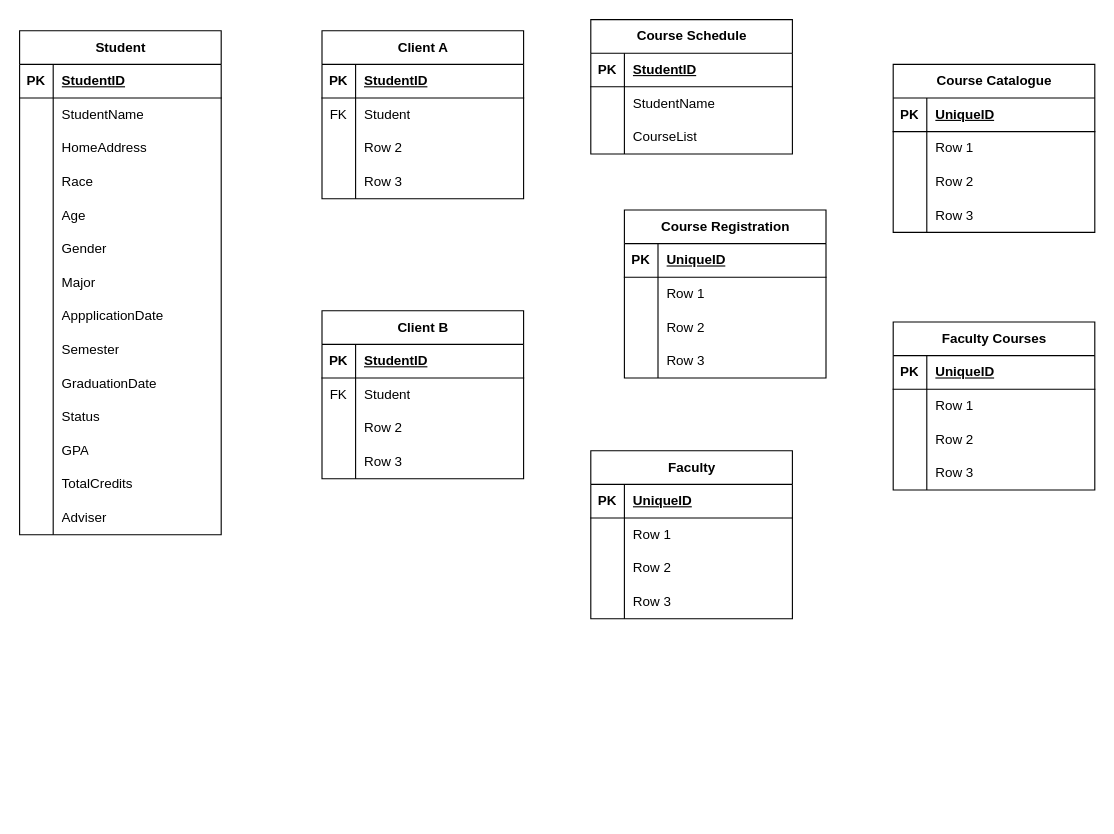
Earlier version of the draw.io diagram Project 3.drawio (dkim28/computer-science). Source tidied: cells renumbered, new cells numbered last; positions are measured from the earlier drawing's top-left corner, leaving out a move shared by most shapes. Both pictures are drawn from the tidied source at 112%, with x=0, y=0 at pixel (19, 19).
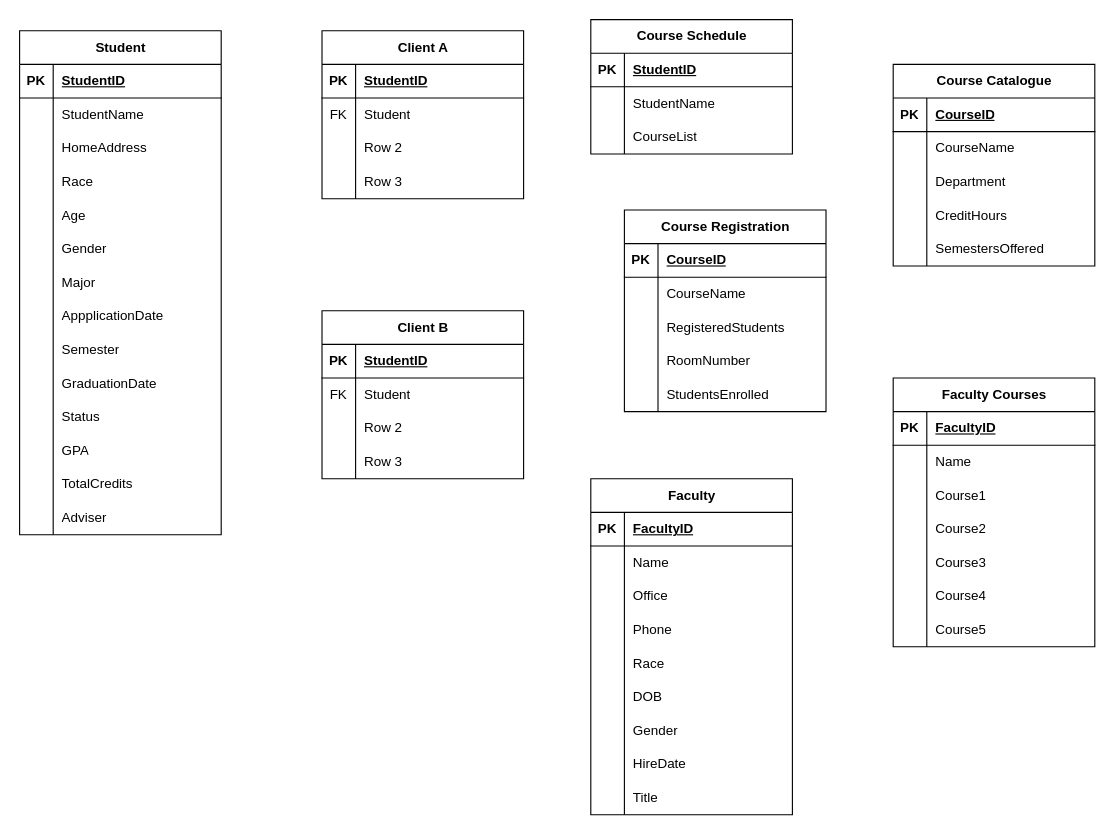
After the change.

The change refers to these unchanged cells:
```xml
<mxCell id="82" style="shape=tableRow;horizontal=0;startSize=0;swimlaneHead=0;swimlaneBody=0;fillColor=none;top=0;left=0;right=0;bottom=1;" parent="81" vertex="1">
  <mxGeometry y="30" width="180" height="30" as="geometry" />
</mxCell>
<mxCell id="85" style="shape=tableRow;horizontal=0;startSize=0;swimlaneHead=0;swimlaneBody=0;fillColor=none;top=0;left=0;right=0;bottom=0;" parent="81" vertex="1">
  <mxGeometry y="60" width="180" height="30" as="geometry" />
</mxCell>
<mxCell id="88" style="shape=tableRow;horizontal=0;startSize=0;swimlaneHead=0;swimlaneBody=0;fillColor=none;top=0;left=0;right=0;bottom=0;" parent="81" vertex="1">
  <mxGeometry y="90" width="180" height="30" as="geometry" />
</mxCell>
<mxCell id="91" style="shape=tableRow;horizontal=0;startSize=0;swimlaneHead=0;swimlaneBody=0;fillColor=none;top=0;left=0;right=0;bottom=0;" parent="81" vertex="1">
  <mxGeometry y="120" width="180" height="30" as="geometry" />
</mxCell>
<mxCell id="95" style="shape=tableRow;horizontal=0;startSize=0;swimlaneHead=0;swimlaneBody=0;fillColor=none;top=0;left=0;right=0;bottom=1;" parent="94" vertex="1">
  <mxGeometry y="30" width="180" height="30" as="geometry" />
</mxCell>
<mxCell id="98" style="shape=tableRow;horizontal=0;startSize=0;swimlaneHead=0;swimlaneBody=0;fillColor=none;top=0;left=0;right=0;bottom=0;" parent="94" vertex="1">
  <mxGeometry y="60" width="180" height="30" as="geometry" />
</mxCell>
<mxCell id="101" style="shape=tableRow;horizontal=0;startSize=0;swimlaneHead=0;swimlaneBody=0;fillColor=none;top=0;left=0;right=0;bottom=0;" parent="94" vertex="1">
  <mxGeometry y="90" width="180" height="30" as="geometry" />
</mxCell>
<mxCell id="104" style="shape=tableRow;horizontal=0;startSize=0;swimlaneHead=0;swimlaneBody=0;fillColor=none;top=0;left=0;right=0;bottom=0;" parent="94" vertex="1">
  <mxGeometry y="120" width="180" height="30" as="geometry" />
</mxCell>
<mxCell id="108" style="shape=tableRow;horizontal=0;startSize=0;swimlaneHead=0;swimlaneBody=0;fillColor=none;top=0;left=0;right=0;bottom=1;" parent="107" vertex="1">
  <mxGeometry y="30" width="180" height="30" as="geometry" />
</mxCell>
<mxCell id="111" style="shape=tableRow;horizontal=0;startSize=0;swimlaneHead=0;swimlaneBody=0;fillColor=none;top=0;left=0;right=0;bottom=0;" parent="107" vertex="1">
  <mxGeometry y="60" width="180" height="30" as="geometry" />
</mxCell>
<mxCell id="114" style="shape=tableRow;horizontal=0;startSize=0;swimlaneHead=0;swimlaneBody=0;fillColor=none;top=0;left=0;right=0;bottom=0;" parent="107" vertex="1">
  <mxGeometry y="90" width="180" height="30" as="geometry" />
</mxCell>
<mxCell id="117" style="shape=tableRow;horizontal=0;startSize=0;swimlaneHead=0;swimlaneBody=0;fillColor=none;top=0;left=0;right=0;bottom=0;" parent="107" vertex="1">
  <mxGeometry y="120" width="180" height="30" as="geometry" />
</mxCell>
<mxCell id="121" style="shape=tableRow;horizontal=0;startSize=0;swimlaneHead=0;swimlaneBody=0;fillColor=none;top=0;left=0;right=0;bottom=1;" parent="120" vertex="1">
  <mxGeometry y="30" width="180" height="30" as="geometry" />
</mxCell>
<mxCell id="124" style="shape=tableRow;horizontal=0;startSize=0;swimlaneHead=0;swimlaneBody=0;fillColor=none;top=0;left=0;right=0;bottom=0;" parent="120" vertex="1">
  <mxGeometry y="60" width="180" height="30" as="geometry" />
</mxCell>
<mxCell id="127" style="shape=tableRow;horizontal=0;startSize=0;swimlaneHead=0;swimlaneBody=0;fillColor=none;top=0;left=0;right=0;bottom=0;" parent="120" vertex="1">
  <mxGeometry y="90" width="180" height="30" as="geometry" />
</mxCell>
<mxCell id="130" style="shape=tableRow;horizontal=0;startSize=0;swimlaneHead=0;swimlaneBody=0;fillColor=none;top=0;left=0;right=0;bottom=0;" parent="120" vertex="1">
  <mxGeometry y="120" width="180" height="30" as="geometry" />
</mxCell>
```

The edit, as a diff of the source:
```diff
@@
     <mxCell id="81" value="Course Registration" style="shape=table;startSize=30;childLayout=tableLayout;rowLines=0;fontStyle=1;align=center;html=1;" parent="1" vertex="1">
-      <mxGeometry x="540" y="170" width="180" height="150" as="geometry" />
+      <mxGeometry x="540" y="170" width="180" height="180" as="geometry" />
     </mxCell>
@@
-    <mxCell id="84" value="UniqueID" style="shape=partialRectangle;fillColor=none;top=0;left=0;bottom=0;right=0;align=left;spacingLeft=6;fontStyle=5;overflow=hidden;whiteSpace=wrap;html=1;" parent="82" vertex="1">
+    <mxCell id="84" value="CourseID" style="shape=partialRectangle;fillColor=none;top=0;left=0;bottom=0;right=0;align=left;spacingLeft=6;fontStyle=5;overflow=hidden;whiteSpace=wrap;html=1;" parent="82" vertex="1">
       <mxGeometry x="30" width="150" height="30" as="geometry" />
     </mxCell>
@@
-    <mxCell id="87" value="Row 1" style="shape=partialRectangle;fillColor=none;top=0;left=0;bottom=0;right=0;align=left;spacingLeft=6;overflow=hidden;whiteSpace=wrap;html=1;" parent="85" vertex="1">
+    <mxCell id="87" value="CourseName" style="shape=partialRectangle;fillColor=none;top=0;left=0;bottom=0;right=0;align=left;spacingLeft=6;overflow=hidden;whiteSpace=wrap;html=1;" parent="85" vertex="1">
       <mxGeometry x="30" width="150" height="30" as="geometry" />
     </mxCell>
@@
-    <mxCell id="90" value="Row 2" style="shape=partialRectangle;fillColor=none;top=0;left=0;bottom=0;right=0;align=left;spacingLeft=6;overflow=hidden;whiteSpace=wrap;html=1;" parent="88" vertex="1">
+    <mxCell id="90" value="RegisteredStudents" style="shape=partialRectangle;fillColor=none;top=0;left=0;bottom=0;right=0;align=left;spacingLeft=6;overflow=hidden;whiteSpace=wrap;html=1;" parent="88" vertex="1">
       <mxGeometry x="30" width="150" height="30" as="geometry" />
     </mxCell>
@@
-    <mxCell id="92" style="shape=partialRectangle;fillColor=none;top=0;left=0;bottom=0;right=0;overflow=hidden;whiteSpace=wrap;html=1;" parent="91" vertex="1">
+    <mxCell id="92" value="&lt;br/&gt;" style="shape=partialRectangle;fillColor=none;top=0;left=0;bottom=0;right=0;overflow=hidden;whiteSpace=wrap;html=1;" parent="91" vertex="1">
       <mxGeometry width="30" height="30" as="geometry" />
     </mxCell>
-    <mxCell id="93" value="Row 3" style="shape=partialRectangle;fillColor=none;top=0;left=0;bottom=0;right=0;align=left;spacingLeft=6;overflow=hidden;whiteSpace=wrap;html=1;" parent="91" vertex="1">
+    <mxCell id="93" value="RoomNumber" style="shape=partialRectangle;fillColor=none;top=0;left=0;bottom=0;right=0;align=left;spacingLeft=6;overflow=hidden;whiteSpace=wrap;html=1;" parent="91" vertex="1">
       <mxGeometry x="30" width="150" height="30" as="geometry" />
     </mxCell>
+    <mxCell id="133" style="shape=tableRow;horizontal=0;startSize=0;swimlaneHead=0;swimlaneBody=0;fillColor=none;top=0;left=0;right=0;bottom=0;" parent="81" vertex="1">
+      <mxGeometry y="150" width="180" height="30" as="geometry" />
+    </mxCell>
+    <mxCell id="134" value="&lt;br/&gt;" style="shape=partialRectangle;fillColor=none;top=0;left=0;bottom=0;right=0;overflow=hidden;whiteSpace=wrap;html=1;" parent="133" vertex="1">
+      <mxGeometry width="30" height="30" as="geometry" />
+    </mxCell>
+    <mxCell id="135" value="StudentsEnrolled" style="shape=partialRectangle;fillColor=none;top=0;left=0;bottom=0;right=0;align=left;spacingLeft=6;overflow=hidden;whiteSpace=wrap;html=1;" parent="133" vertex="1">
+      <mxGeometry x="30" width="150" height="30" as="geometry" />
+    </mxCell>
     <mxCell id="94" value="Course Catalogue" style="shape=table;startSize=30;childLayout=tableLayout;rowLines=0;fontStyle=1;align=center;html=1;" parent="1" vertex="1">
-      <mxGeometry x="780" y="40" width="180" height="150" as="geometry" />
+      <mxGeometry x="780" y="40" width="180" height="180" as="geometry" />
     </mxCell>
@@
-    <mxCell id="97" value="UniqueID" style="shape=partialRectangle;fillColor=none;top=0;left=0;bottom=0;right=0;align=left;spacingLeft=6;fontStyle=5;overflow=hidden;whiteSpace=wrap;html=1;" parent="95" vertex="1">
+    <mxCell id="97" value="CourseID" style="shape=partialRectangle;fillColor=none;top=0;left=0;bottom=0;right=0;align=left;spacingLeft=6;fontStyle=5;overflow=hidden;whiteSpace=wrap;html=1;" parent="95" vertex="1">
       <mxGeometry x="30" width="150" height="30" as="geometry" />
     </mxCell>
@@
-    <mxCell id="100" value="Row 1" style="shape=partialRectangle;fillColor=none;top=0;left=0;bottom=0;right=0;align=left;spacingLeft=6;overflow=hidden;whiteSpace=wrap;html=1;" parent="98" vertex="1">
+    <mxCell id="100" value="CourseName" style="shape=partialRectangle;fillColor=none;top=0;left=0;bottom=0;right=0;align=left;spacingLeft=6;overflow=hidden;whiteSpace=wrap;html=1;" parent="98" vertex="1">
       <mxGeometry x="30" width="150" height="30" as="geometry" />
     </mxCell>
@@
-    <mxCell id="103" value="Row 2" style="shape=partialRectangle;fillColor=none;top=0;left=0;bottom=0;right=0;align=left;spacingLeft=6;overflow=hidden;whiteSpace=wrap;html=1;" parent="101" vertex="1">
+    <mxCell id="103" value="Department" style="shape=partialRectangle;fillColor=none;top=0;left=0;bottom=0;right=0;align=left;spacingLeft=6;overflow=hidden;whiteSpace=wrap;html=1;" parent="101" vertex="1">
       <mxGeometry x="30" width="150" height="30" as="geometry" />
     </mxCell>
@@
-    <mxCell id="106" value="Row 3" style="shape=partialRectangle;fillColor=none;top=0;left=0;bottom=0;right=0;align=left;spacingLeft=6;overflow=hidden;whiteSpace=wrap;html=1;" parent="104" vertex="1">
+    <mxCell id="106" value="CreditHours" style="shape=partialRectangle;fillColor=none;top=0;left=0;bottom=0;right=0;align=left;spacingLeft=6;overflow=hidden;whiteSpace=wrap;html=1;" parent="104" vertex="1">
       <mxGeometry x="30" width="150" height="30" as="geometry" />
     </mxCell>
+    <mxCell id="136" style="shape=tableRow;horizontal=0;startSize=0;swimlaneHead=0;swimlaneBody=0;fillColor=none;top=0;left=0;right=0;bottom=0;" parent="94" vertex="1">
+      <mxGeometry y="150" width="180" height="30" as="geometry" />
+    </mxCell>
+    <mxCell id="137" style="shape=partialRectangle;fillColor=none;top=0;left=0;bottom=0;right=0;overflow=hidden;whiteSpace=wrap;html=1;" parent="136" vertex="1">
+      <mxGeometry width="30" height="30" as="geometry" />
+    </mxCell>
+    <mxCell id="138" value="SemestersOffered" style="shape=partialRectangle;fillColor=none;top=0;left=0;bottom=0;right=0;align=left;spacingLeft=6;overflow=hidden;whiteSpace=wrap;html=1;" parent="136" vertex="1">
+      <mxGeometry x="30" width="150" height="30" as="geometry" />
+    </mxCell>
     <mxCell id="107" value="Faculty Courses" style="shape=table;startSize=30;childLayout=tableLayout;rowLines=0;fontStyle=1;align=center;html=1;" parent="1" vertex="1">
-      <mxGeometry x="780" y="270" width="180" height="150" as="geometry" />
+      <mxGeometry x="780" y="320" width="180" height="240" as="geometry" />
     </mxCell>
@@
-    <mxCell id="110" value="UniqueID" style="shape=partialRectangle;fillColor=none;top=0;left=0;bottom=0;right=0;align=left;spacingLeft=6;fontStyle=5;overflow=hidden;whiteSpace=wrap;html=1;" parent="108" vertex="1">
+    <mxCell id="110" value="FacultyID" style="shape=partialRectangle;fillColor=none;top=0;left=0;bottom=0;right=0;align=left;spacingLeft=6;fontStyle=5;overflow=hidden;whiteSpace=wrap;html=1;" parent="108" vertex="1">
       <mxGeometry x="30" width="150" height="30" as="geometry" />
     </mxCell>
@@
-    <mxCell id="113" value="Row 1" style="shape=partialRectangle;fillColor=none;top=0;left=0;bottom=0;right=0;align=left;spacingLeft=6;overflow=hidden;whiteSpace=wrap;html=1;" parent="111" vertex="1">
+    <mxCell id="113" value="Name" style="shape=partialRectangle;fillColor=none;top=0;left=0;bottom=0;right=0;align=left;spacingLeft=6;overflow=hidden;whiteSpace=wrap;html=1;" parent="111" vertex="1">
       <mxGeometry x="30" width="150" height="30" as="geometry" />
     </mxCell>
@@
-    <mxCell id="116" value="Row 2" style="shape=partialRectangle;fillColor=none;top=0;left=0;bottom=0;right=0;align=left;spacingLeft=6;overflow=hidden;whiteSpace=wrap;html=1;" parent="114" vertex="1">
+    <mxCell id="116" value="Course1" style="shape=partialRectangle;fillColor=none;top=0;left=0;bottom=0;right=0;align=left;spacingLeft=6;overflow=hidden;whiteSpace=wrap;html=1;" parent="114" vertex="1">
       <mxGeometry x="30" width="150" height="30" as="geometry" />
     </mxCell>
@@
-    <mxCell id="119" value="Row 3" style="shape=partialRectangle;fillColor=none;top=0;left=0;bottom=0;right=0;align=left;spacingLeft=6;overflow=hidden;whiteSpace=wrap;html=1;" parent="117" vertex="1">
+    <mxCell id="119" value="Course2" style="shape=partialRectangle;fillColor=none;top=0;left=0;bottom=0;right=0;align=left;spacingLeft=6;overflow=hidden;whiteSpace=wrap;html=1;" parent="117" vertex="1">
       <mxGeometry x="30" width="150" height="30" as="geometry" />
     </mxCell>
+    <mxCell id="139" style="shape=tableRow;horizontal=0;startSize=0;swimlaneHead=0;swimlaneBody=0;fillColor=none;top=0;left=0;right=0;bottom=0;" parent="107" vertex="1">
+      <mxGeometry y="150" width="180" height="30" as="geometry" />
+    </mxCell>
+    <mxCell id="140" style="shape=partialRectangle;fillColor=none;top=0;left=0;bottom=0;right=0;overflow=hidden;whiteSpace=wrap;html=1;" parent="139" vertex="1">
+      <mxGeometry width="30" height="30" as="geometry" />
+    </mxCell>
+    <mxCell id="141" value="Course3" style="shape=partialRectangle;fillColor=none;top=0;left=0;bottom=0;right=0;align=left;spacingLeft=6;overflow=hidden;whiteSpace=wrap;html=1;" parent="139" vertex="1">
+      <mxGeometry x="30" width="150" height="30" as="geometry" />
+    </mxCell>
+    <mxCell id="142" style="shape=tableRow;horizontal=0;startSize=0;swimlaneHead=0;swimlaneBody=0;fillColor=none;top=0;left=0;right=0;bottom=0;" parent="107" vertex="1">
+      <mxGeometry y="180" width="180" height="30" as="geometry" />
+    </mxCell>
+    <mxCell id="143" style="shape=partialRectangle;fillColor=none;top=0;left=0;bottom=0;right=0;overflow=hidden;whiteSpace=wrap;html=1;" parent="142" vertex="1">
+      <mxGeometry width="30" height="30" as="geometry" />
+    </mxCell>
+    <mxCell id="144" value="Course4" style="shape=partialRectangle;fillColor=none;top=0;left=0;bottom=0;right=0;align=left;spacingLeft=6;overflow=hidden;whiteSpace=wrap;html=1;" parent="142" vertex="1">
+      <mxGeometry x="30" width="150" height="30" as="geometry" />
+    </mxCell>
+    <mxCell id="145" style="shape=tableRow;horizontal=0;startSize=0;swimlaneHead=0;swimlaneBody=0;fillColor=none;top=0;left=0;right=0;bottom=0;" parent="107" vertex="1">
+      <mxGeometry y="210" width="180" height="30" as="geometry" />
+    </mxCell>
+    <mxCell id="146" style="shape=partialRectangle;fillColor=none;top=0;left=0;bottom=0;right=0;overflow=hidden;whiteSpace=wrap;html=1;" parent="145" vertex="1">
+      <mxGeometry width="30" height="30" as="geometry" />
+    </mxCell>
+    <mxCell id="147" value="Course5" style="shape=partialRectangle;fillColor=none;top=0;left=0;bottom=0;right=0;align=left;spacingLeft=6;overflow=hidden;whiteSpace=wrap;html=1;" parent="145" vertex="1">
+      <mxGeometry x="30" width="150" height="30" as="geometry" />
+    </mxCell>
     <mxCell id="120" value="Faculty" style="shape=table;startSize=30;childLayout=tableLayout;rowLines=0;fontStyle=1;align=center;html=1;" parent="1" vertex="1">
-      <mxGeometry x="510" y="385" width="180" height="150" as="geometry" />
+      <mxGeometry x="510" y="410" width="180" height="300" as="geometry" />
     </mxCell>
@@
-    <mxCell id="123" value="UniqueID" style="shape=partialRectangle;fillColor=none;top=0;left=0;bottom=0;right=0;align=left;spacingLeft=6;fontStyle=5;overflow=hidden;whiteSpace=wrap;html=1;" parent="121" vertex="1">
+    <mxCell id="123" value="FacultyID" style="shape=partialRectangle;fillColor=none;top=0;left=0;bottom=0;right=0;align=left;spacingLeft=6;fontStyle=5;overflow=hidden;whiteSpace=wrap;html=1;" parent="121" vertex="1">
       <mxGeometry x="30" width="150" height="30" as="geometry" />
     </mxCell>
@@
-    <mxCell id="126" value="Row 1" style="shape=partialRectangle;fillColor=none;top=0;left=0;bottom=0;right=0;align=left;spacingLeft=6;overflow=hidden;whiteSpace=wrap;html=1;" parent="124" vertex="1">
+    <mxCell id="126" value="Name" style="shape=partialRectangle;fillColor=none;top=0;left=0;bottom=0;right=0;align=left;spacingLeft=6;overflow=hidden;whiteSpace=wrap;html=1;" parent="124" vertex="1">
       <mxGeometry x="30" width="150" height="30" as="geometry" />
     </mxCell>
@@
-    <mxCell id="129" value="Row 2" style="shape=partialRectangle;fillColor=none;top=0;left=0;bottom=0;right=0;align=left;spacingLeft=6;overflow=hidden;whiteSpace=wrap;html=1;" parent="127" vertex="1">
+    <mxCell id="129" value="Office" style="shape=partialRectangle;fillColor=none;top=0;left=0;bottom=0;right=0;align=left;spacingLeft=6;overflow=hidden;whiteSpace=wrap;html=1;" parent="127" vertex="1">
       <mxGeometry x="30" width="150" height="30" as="geometry" />
     </mxCell>
@@
-    <mxCell id="132" value="Row 3" style="shape=partialRectangle;fillColor=none;top=0;left=0;bottom=0;right=0;align=left;spacingLeft=6;overflow=hidden;whiteSpace=wrap;html=1;" parent="130" vertex="1">
+    <mxCell id="132" value="Phone" style="shape=partialRectangle;fillColor=none;top=0;left=0;bottom=0;right=0;align=left;spacingLeft=6;overflow=hidden;whiteSpace=wrap;html=1;" parent="130" vertex="1">
       <mxGeometry x="30" width="150" height="30" as="geometry" />
     </mxCell>
+    <mxCell id="148" style="shape=tableRow;horizontal=0;startSize=0;swimlaneHead=0;swimlaneBody=0;fillColor=none;top=0;left=0;right=0;bottom=0;" parent="120" vertex="1">
+      <mxGeometry y="150" width="180" height="30" as="geometry" />
+    </mxCell>
+    <mxCell id="149" style="shape=partialRectangle;fillColor=none;top=0;left=0;bottom=0;right=0;overflow=hidden;whiteSpace=wrap;html=1;" parent="148" vertex="1">
+      <mxGeometry width="30" height="30" as="geometry" />
+    </mxCell>
+    <mxCell id="150" value="Race" style="shape=partialRectangle;fillColor=none;top=0;left=0;bottom=0;right=0;align=left;spacingLeft=6;overflow=hidden;whiteSpace=wrap;html=1;" parent="148" vertex="1">
+      <mxGeometry x="30" width="150" height="30" as="geometry" />
+    </mxCell>
+    <mxCell id="151" style="shape=tableRow;horizontal=0;startSize=0;swimlaneHead=0;swimlaneBody=0;fillColor=none;top=0;left=0;right=0;bottom=0;" parent="120" vertex="1">
+      <mxGeometry y="180" width="180" height="30" as="geometry" />
+    </mxCell>
+    <mxCell id="152" value="&lt;br/&gt;" style="shape=partialRectangle;fillColor=none;top=0;left=0;bottom=0;right=0;overflow=hidden;whiteSpace=wrap;html=1;" parent="151" vertex="1">
+      <mxGeometry width="30" height="30" as="geometry" />
+    </mxCell>
+    <mxCell id="153" value="DOB" style="shape=partialRectangle;fillColor=none;top=0;left=0;bottom=0;right=0;align=left;spacingLeft=6;overflow=hidden;whiteSpace=wrap;html=1;" parent="151" vertex="1">
+      <mxGeometry x="30" width="150" height="30" as="geometry" />
+    </mxCell>
+    <mxCell id="154" style="shape=tableRow;horizontal=0;startSize=0;swimlaneHead=0;swimlaneBody=0;fillColor=none;top=0;left=0;right=0;bottom=0;" parent="120" vertex="1">
+      <mxGeometry y="210" width="180" height="30" as="geometry" />
+    </mxCell>
+    <mxCell id="155" value="&lt;br/&gt;" style="shape=partialRectangle;fillColor=none;top=0;left=0;bottom=0;right=0;overflow=hidden;whiteSpace=wrap;html=1;" parent="154" vertex="1">
+      <mxGeometry width="30" height="30" as="geometry" />
+    </mxCell>
+    <mxCell id="156" value="Gender" style="shape=partialRectangle;fillColor=none;top=0;left=0;bottom=0;right=0;align=left;spacingLeft=6;overflow=hidden;whiteSpace=wrap;html=1;" parent="154" vertex="1">
+      <mxGeometry x="30" width="150" height="30" as="geometry" />
+    </mxCell>
+    <mxCell id="157" style="shape=tableRow;horizontal=0;startSize=0;swimlaneHead=0;swimlaneBody=0;fillColor=none;top=0;left=0;right=0;bottom=0;" parent="120" vertex="1">
+      <mxGeometry y="240" width="180" height="30" as="geometry" />
+    </mxCell>
+    <mxCell id="158" value="&lt;br/&gt;" style="shape=partialRectangle;fillColor=none;top=0;left=0;bottom=0;right=0;overflow=hidden;whiteSpace=wrap;html=1;" parent="157" vertex="1">
+      <mxGeometry width="30" height="30" as="geometry" />
+    </mxCell>
+    <mxCell id="159" value="HireDate" style="shape=partialRectangle;fillColor=none;top=0;left=0;bottom=0;right=0;align=left;spacingLeft=6;overflow=hidden;whiteSpace=wrap;html=1;" parent="157" vertex="1">
+      <mxGeometry x="30" width="150" height="30" as="geometry" />
+    </mxCell>
+    <mxCell id="160" style="shape=tableRow;horizontal=0;startSize=0;swimlaneHead=0;swimlaneBody=0;fillColor=none;top=0;left=0;right=0;bottom=0;" parent="120" vertex="1">
+      <mxGeometry y="270" width="180" height="30" as="geometry" />
+    </mxCell>
+    <mxCell id="161" value="&lt;br/&gt;" style="shape=partialRectangle;fillColor=none;top=0;left=0;bottom=0;right=0;overflow=hidden;whiteSpace=wrap;html=1;" parent="160" vertex="1">
+      <mxGeometry width="30" height="30" as="geometry" />
+    </mxCell>
+    <mxCell id="162" value="Title" style="shape=partialRectangle;fillColor=none;top=0;left=0;bottom=0;right=0;align=left;spacingLeft=6;overflow=hidden;whiteSpace=wrap;html=1;" parent="160" vertex="1">
+      <mxGeometry x="30" width="150" height="30" as="geometry" />
+    </mxCell>
```
